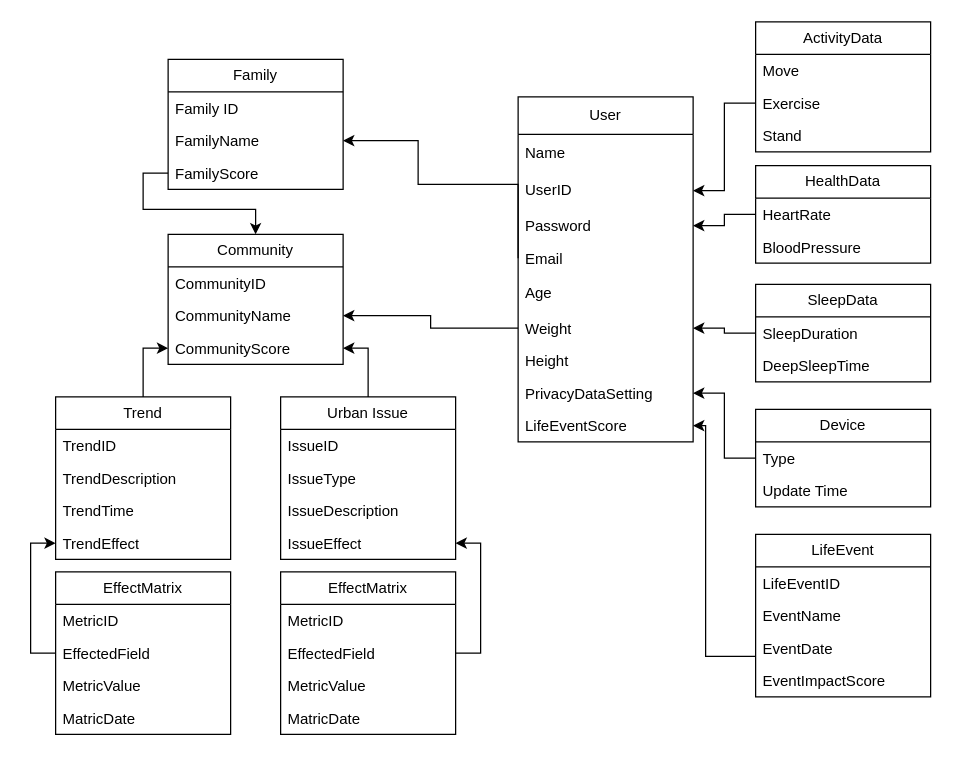
yfeng445/NEU keeps this draw.io diagram as 1/INFO 5100/Asmts/Group Assignment 1/Deliverables/Domain Model.drawio. Above is the earlier version. Source tidied: cells renumbered, new cells numbered last; positions are measured from the earlier drawing's top-left corner, leaving out a move shared by most shapes. Both pictures are drawn from the tidied source at 125%, with x=0, y=0 at pixel (55, 21).
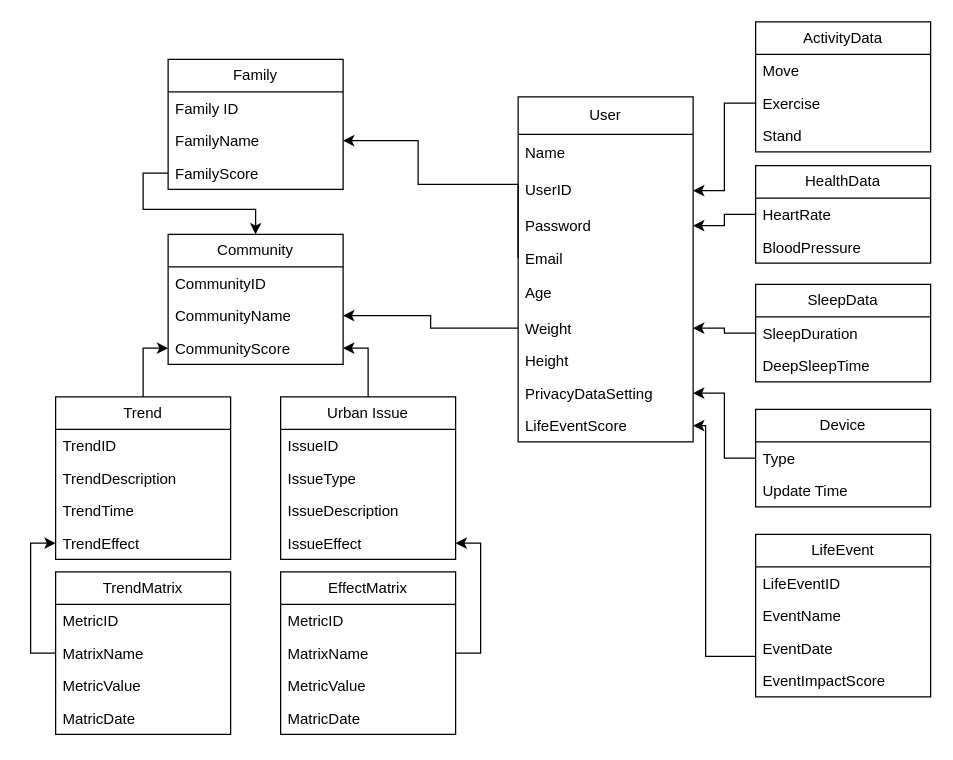
Above is the later version.

Commit message:
upd: domain model

The change refers to these unchanged cells:
```xml
<mxCell id="65" value="EffectMatrix" style="swimlane;fontStyle=0;horizontal=1;startSize=26;fillColor=none;whiteSpace=wrap;html=1;" parent="1" vertex="1">
  <mxGeometry x="180" y="440" width="140" height="130" as="geometry" />
</mxCell>
```

What changed in the source:
```diff
@@
-    <mxCell id="60" value="EffectMatrix" style="swimlane;fontStyle=0;horizontal=1;startSize=26;fillColor=none;whiteSpace=wrap;html=1;" parent="1" vertex="1">
+    <mxCell id="60" value="TrendMatrix" style="swimlane;fontStyle=0;horizontal=1;startSize=26;fillColor=none;whiteSpace=wrap;html=1;" parent="1" vertex="1">
       <mxGeometry y="440" width="140" height="130" as="geometry" />
     </mxCell>
@@
-    <mxCell id="62" value="EffectedField" style="text;strokeColor=none;fillColor=none;align=left;verticalAlign=top;spacingLeft=4;spacingRight=4;overflow=hidden;whiteSpace=wrap;html=1;" parent="60" vertex="1">
+    <mxCell id="62" value="MatrixName" style="text;strokeColor=none;fillColor=none;align=left;verticalAlign=top;spacingLeft=4;spacingRight=4;overflow=hidden;whiteSpace=wrap;html=1;" parent="60" vertex="1">
       <mxGeometry y="52" width="140" height="26" as="geometry" />
     </mxCell>
@@
-    <mxCell id="67" value="EffectedField" style="text;strokeColor=none;fillColor=none;align=left;verticalAlign=top;spacingLeft=4;spacingRight=4;overflow=hidden;points=[[0,0.5],[1,0.5]];portConstraint=eastwest;whiteSpace=wrap;html=1;" parent="65" vertex="1">
+    <mxCell id="67" value="MatrixName" style="text;strokeColor=none;fillColor=none;align=left;verticalAlign=top;spacingLeft=4;spacingRight=4;overflow=hidden;points=[[0,0.5],[1,0.5]];portConstraint=eastwest;whiteSpace=wrap;html=1;" parent="65" vertex="1">
       <mxGeometry y="52" width="140" height="26" as="geometry" />
     </mxCell>
```
